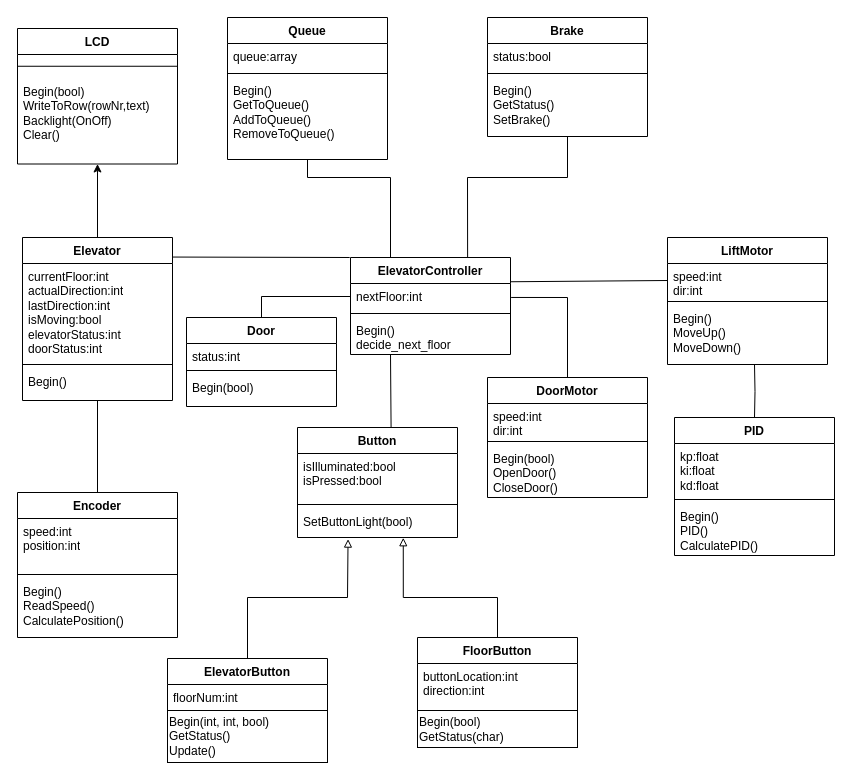
The draw.io diagram Documents/UMLDiagramElevator.drawio in johannesKringlen/MAS246_Project, before the edit. Source tidied: cells renumbered, new cells numbered last; positions are measured from the earlier drawing's top-left corner, leaving out a move shared by most shapes. Both pictures are drawn from the tidied source at 100%, with x=0, y=0 at pixel (17, 17).
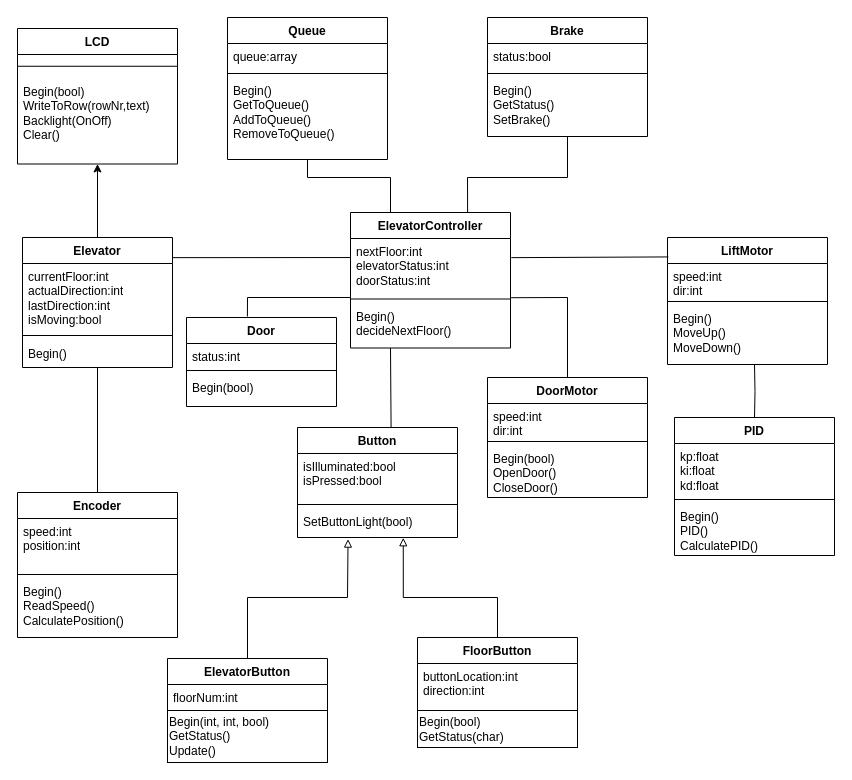
The same diagram, later.

Unchanged cells that the change refers to:
```xml
<mxCell id="18" value="DoorMotor" style="swimlane;fontStyle=1;align=center;verticalAlign=top;horizontal=1;startSize=26;whiteSpace=wrap;html=1;" parent="1" vertex="1">
  <mxGeometry x="470" y="360" width="160" height="120" as="geometry" />
</mxCell>
<mxCell id="23" value="LiftMotor" style="swimlane;fontStyle=1;align=center;verticalAlign=top;horizontal=1;startSize=26;whiteSpace=wrap;html=1;" parent="1" vertex="1">
  <mxGeometry x="650" y="220" width="160" height="127" as="geometry" />
</mxCell>
<mxCell id="24" value="speed:int&lt;div&gt;dir:int&lt;/div&gt;" style="text;strokeColor=none;fillColor=none;align=left;verticalAlign=top;spacingLeft=4;spacingRight=4;overflow=hidden;points=[[0,0.5],[1,0.5]];portConstraint=eastwest;whiteSpace=wrap;html=1;" parent="23" vertex="1">
  <mxGeometry y="26" width="160" height="34" as="geometry" />
</mxCell>
<mxCell id="56" value="Door" style="swimlane;fontStyle=1;align=center;verticalAlign=top;horizontal=1;startSize=26;whiteSpace=wrap;html=1;" parent="1" vertex="1">
  <mxGeometry x="169" y="300" width="150" height="89" as="geometry" />
</mxCell>
```

The edit, as a diff of the source:
```diff
@@
     <mxCell id="3" value="ElevatorController" style="swimlane;fontStyle=1;align=center;verticalAlign=top;horizontal=1;startSize=26;whiteSpace=wrap;html=1;" parent="1" vertex="1">
-      <mxGeometry x="333" y="240" width="160" height="97" as="geometry" />
+      <mxGeometry x="333" y="195" width="160" height="135.5" as="geometry" />
     </mxCell>
-    <mxCell id="4" value="nextFloor:int" style="text;strokeColor=none;fillColor=none;align=left;verticalAlign=top;spacingLeft=4;spacingRight=4;overflow=hidden;points=[[0,0.5],[1,0.5]];portConstraint=eastwest;whiteSpace=wrap;html=1;" parent="3" vertex="1">
-      <mxGeometry y="26" width="160" height="26" as="geometry" />
+    <mxCell id="4" value="nextFloor:int&lt;div&gt;elevatorStatus:int&lt;/div&gt;&lt;div&gt;doorStatus:int&lt;/div&gt;" style="text;strokeColor=none;fillColor=none;align=left;verticalAlign=top;spacingLeft=4;spacingRight=4;overflow=hidden;points=[[0,0.5],[1,0.5]];portConstraint=eastwest;whiteSpace=wrap;html=1;" parent="3" vertex="1">
+      <mxGeometry y="26" width="160" height="56.5" as="geometry" />
     </mxCell>
     <mxCell id="5" style="line;strokeWidth=1;fillColor=none;align=left;verticalAlign=middle;spacingTop=-1;spacingLeft=3;spacingRight=3;labelPosition=right;strokeColor=inherit;" parent="3" vertex="1">
-      <mxGeometry y="52" width="160" height="8" as="geometry" />
+      <mxGeometry y="82.5" width="160" height="8" as="geometry" />
     </mxCell>
-    <mxCell id="6" value="&lt;div&gt;Begin()&lt;/div&gt;decide_next_floor" style="text;strokeColor=none;fillColor=none;align=left;verticalAlign=top;spacingLeft=4;spacingRight=4;overflow=hidden;whiteSpace=wrap;html=1;" parent="3" vertex="1">
-      <mxGeometry y="60" width="160" height="37" as="geometry" />
+    <mxCell id="6" value="&lt;div&gt;Begin()&lt;/div&gt;decideNextFloor()" style="text;strokeColor=none;fillColor=none;align=left;verticalAlign=top;spacingLeft=4;spacingRight=4;overflow=hidden;whiteSpace=wrap;html=1;" parent="3" vertex="1">
+      <mxGeometry y="90.5" width="160" height="45" as="geometry" />
     </mxCell>
@@
-    <mxCell id="17" style="edgeStyle=none;rounded=0;jettySize=auto;html=1;entryX=1.004;entryY=0.537;entryDx=0;entryDy=0;endArrow=none;endFill=0;entryPerimeter=0;" parent="1" edge="1" source="18" target="4">
-      <mxGeometry x="0.01" relative="1" as="geometry">
+    <mxCell id="17" style="edgeStyle=none;rounded=0;jettySize=auto;html=1;entryX=1.004;entryY=1.048;entryDx=0;entryDy=0;endArrow=none;endFill=0;entryPerimeter=0;" parent="1" edge="1" source="18" target="4">
+      <mxGeometry x="0.16" relative="1" as="geometry">
         <Array as="points">
           <mxPoint x="550" y="280" />
         </Array>
       </mxGeometry>
     </mxCell>
@@
-    <mxCell id="27" style="edgeStyle=none;rounded=0;jettySize=auto;html=1;entryX=1;entryY=0.25;entryDx=0;entryDy=0;exitX=0;exitY=0.5;exitDx=0;exitDy=0;endArrow=none;endFill=0;" parent="1" edge="1" source="24" target="3">
+    <mxCell id="27" style="edgeStyle=none;rounded=0;jettySize=auto;html=1;entryX=1.005;entryY=0.339;entryDx=0;entryDy=0;exitX=0.005;exitY=0.153;exitDx=0;exitDy=0;endArrow=none;endFill=0;entryPerimeter=0;exitPerimeter=0;" parent="1" edge="1" source="23" target="4">
       <mxGeometry relative="1" as="geometry" />
     </mxCell>
@@
-    <mxCell id="29" style="edgeStyle=none;rounded=0;jettySize=auto;html=1;endArrow=none;endFill=0;exitX=1.001;exitY=0.12;exitDx=0;exitDy=0;exitPerimeter=0;" parent="1" edge="1" source="52">
-      <mxGeometry relative="1" as="geometry">
-        <mxPoint x="332.2" y="240" as="targetPoint" />
-      </mxGeometry>
+    <mxCell id="29" style="edgeStyle=none;rounded=0;jettySize=auto;html=1;endArrow=none;endFill=0;exitX=1.002;exitY=0.155;exitDx=0;exitDy=0;exitPerimeter=0;entryX=0.001;entryY=0.337;entryDx=0;entryDy=0;entryPerimeter=0;" parent="1" edge="1" source="52" target="4">
+      <mxGeometry relative="1" as="geometry" />
     </mxCell>
@@
     <mxCell id="52" value="Elevator" style="swimlane;fontStyle=1;align=center;verticalAlign=top;horizontal=1;startSize=26;whiteSpace=wrap;html=1;" parent="1" vertex="1">
-      <mxGeometry x="5" y="220" width="150" height="163" as="geometry" />
+      <mxGeometry x="5" y="220" width="150" height="130" as="geometry" />
     </mxCell>
-    <mxCell id="53" value="currentFloor:int&lt;div&gt;actualDirection:int&lt;/div&gt;&lt;div&gt;lastDirection:int&lt;/div&gt;&lt;div&gt;isMoving:bool&lt;/div&gt;&lt;div&gt;elevatorStatus:int&lt;/div&gt;&lt;div&gt;doorStatus:int&lt;/div&gt;&lt;div&gt;&lt;br&gt;&lt;/div&gt;&lt;div&gt;&lt;br&gt;&lt;/div&gt;&lt;div&gt;&lt;br&gt;&lt;/div&gt;" style="text;strokeColor=none;fillColor=none;align=left;verticalAlign=top;spacingLeft=4;spacingRight=4;overflow=hidden;whiteSpace=wrap;html=1;" parent="52" vertex="1">
-      <mxGeometry y="26" width="150" height="97" as="geometry" />
+    <mxCell id="53" value="currentFloor:int&lt;div&gt;actualDirection:int&lt;/div&gt;&lt;div&gt;lastDirection:int&lt;/div&gt;&lt;div&gt;isMoving:bool&lt;/div&gt;&lt;div&gt;&lt;br&gt;&lt;/div&gt;&lt;div&gt;&lt;br&gt;&lt;/div&gt;&lt;div&gt;&lt;br&gt;&lt;/div&gt;" style="text;strokeColor=none;fillColor=none;align=left;verticalAlign=top;spacingLeft=4;spacingRight=4;overflow=hidden;whiteSpace=wrap;html=1;" parent="52" vertex="1">
+      <mxGeometry y="26" width="150" height="67.5" as="geometry" />
     </mxCell>
     <mxCell id="54" style="line;strokeWidth=1;fillColor=none;align=left;verticalAlign=middle;spacingTop=-1;spacingLeft=3;spacingRight=3;labelPosition=right;strokeColor=inherit;" parent="52" vertex="1">
-      <mxGeometry y="123" width="150" height="8" as="geometry" />
+      <mxGeometry y="93.5" width="150" height="9" as="geometry" />
     </mxCell>
     <mxCell id="55" value="Begin()" style="text;strokeColor=none;fillColor=none;align=left;verticalAlign=top;spacingLeft=4;spacingRight=4;overflow=hidden;whiteSpace=wrap;html=1;" parent="52" vertex="1">
-      <mxGeometry y="131" width="150" height="32" as="geometry" />
+      <mxGeometry y="102.5" width="150" height="27.5" as="geometry" />
     </mxCell>
@@
-    <mxCell id="60" style="endArrow=none;html=1;rounded=0;exitX=0.5;exitY=0;exitDx=0;exitDy=0;entryX=0;entryY=0.5;entryDx=0;entryDy=0;" parent="1" edge="1" source="56" target="4">
+    <mxCell id="60" style="endArrow=none;html=1;rounded=0;exitX=0.406;exitY=-0.011;exitDx=0;exitDy=0;exitPerimeter=0;" parent="1" edge="1" source="56">
       <mxGeometry x="0.2" relative="1" as="geometry">
+        <mxPoint x="333" y="280" as="targetPoint" />
         <Array as="points">
-          <mxPoint x="244" y="279" />
+          <mxPoint x="230" y="280" />
         </Array>
       </mxGeometry>
     </mxCell>
```
